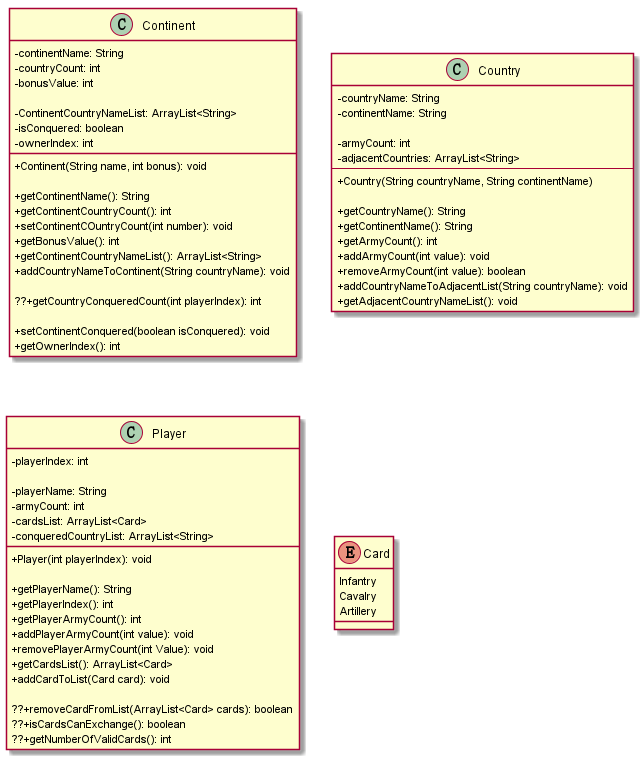
Earlier version of the PlantUML export ProjectCodeTest/src/UML/png/SOEN6441_Class_Country.png (futurename/SOEN6441_Project).
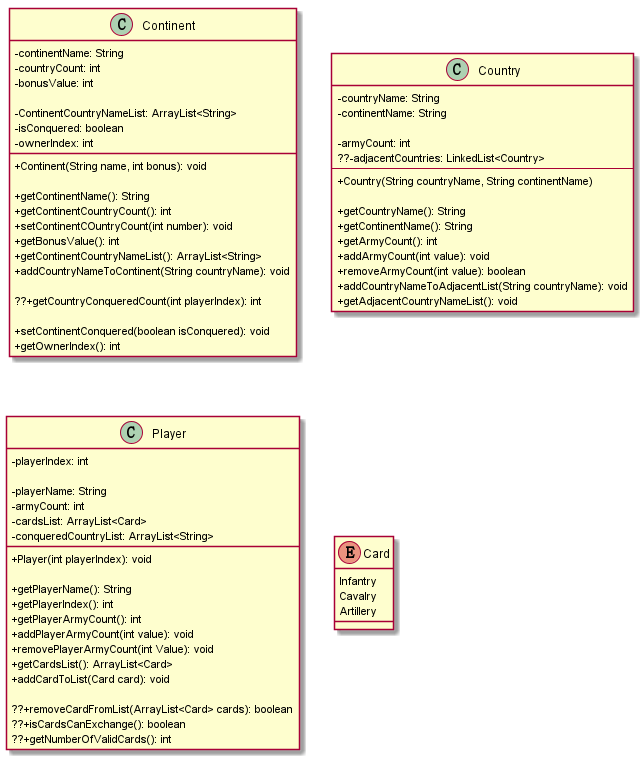
After the commit.

Change to the diagram source:
```diff
@@ -30,7 +30,7 @@
     -continentName: String
 
     -armyCount: int
-    -adjacentCountries: ArrayList<String>
+    ??-adjacentCountries: LinkedList<Country>
     ----
     +Country(String countryName, String continentName)
 
```
